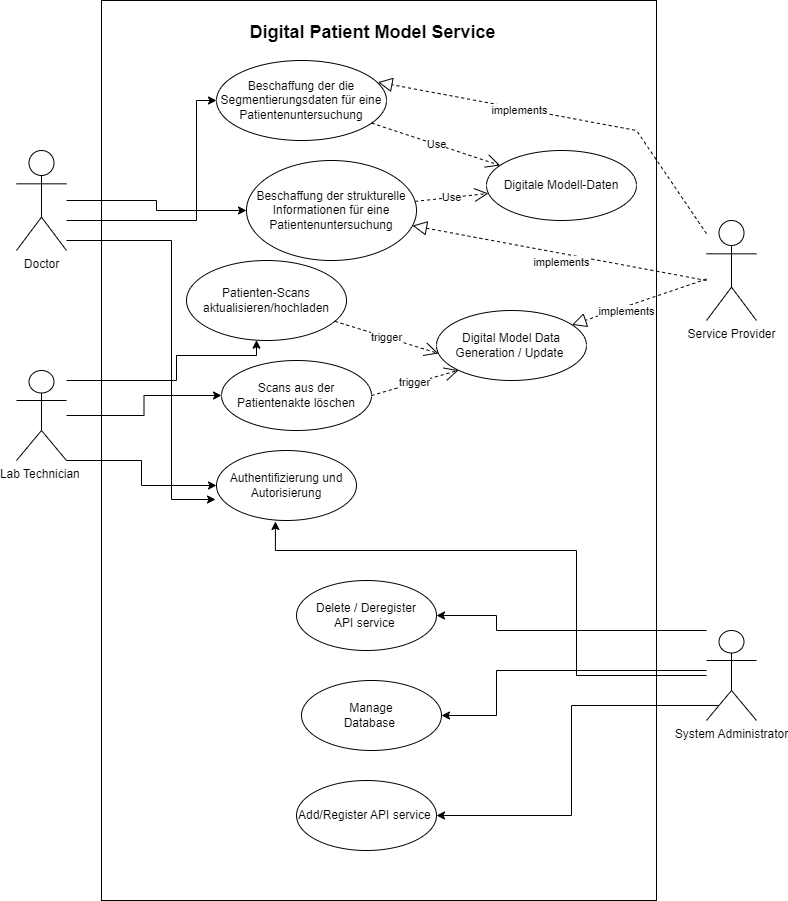
This is ArchitectureTaskDiagram/usecase-1.png from bsuman/jobrelatred, a draw.io export, as it was before one commit. Source tidied: cells renumbered, new cells last; positions are measured from the earlier drawing's top-left corner, leaving out a move shared by most shapes.
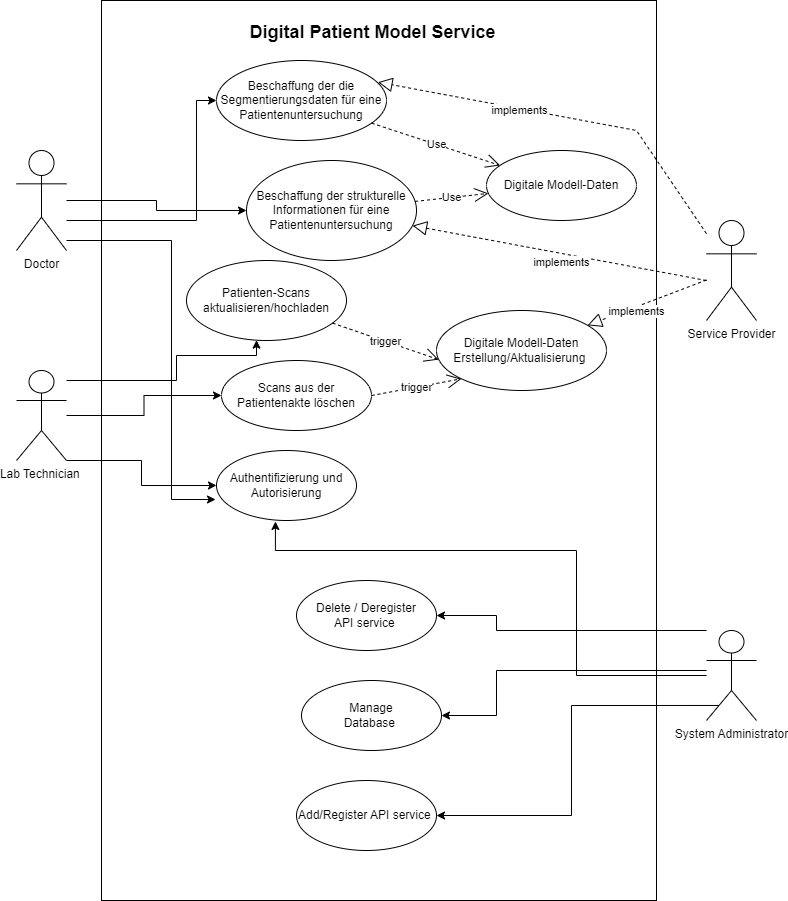
After the commit.

What changed in the source:
```diff
@@ -117,8 +117,8 @@
     <mxCell id="27" value="trigger" style="endArrow=open;endSize=12;dashed=1;html=1;rounded=0;entryX=0.013;entryY=0.614;entryDx=0;entryDy=0;entryPerimeter=0;" parent="1" edge="1" source="16" target="28">
       <mxGeometry relative="1" as="geometry" />
     </mxCell>
-    <mxCell id="28" value="Digital Model Data&lt;br&gt;Generation / Update&amp;nbsp;" style="ellipse;whiteSpace=wrap;html=1;" parent="1" vertex="1">
-      <mxGeometry x="420" y="310" width="150" height="70" as="geometry" />
+    <mxCell id="28" value="Digitale Modell-Daten Erstellung/Aktualisierung&amp;nbsp;" style="ellipse;whiteSpace=wrap;html=1;" parent="1" vertex="1">
+      <mxGeometry x="420" y="310" width="170" height="80" as="geometry" />
     </mxCell>
     <mxCell id="29" value="trigger" style="endArrow=open;endSize=12;dashed=1;html=1;rounded=0;entryX=0;entryY=1;entryDx=0;entryDy=0;exitX=1;exitY=0.5;exitDx=0;exitDy=0;" parent="1" edge="1" source="17" target="28">
       <mxGeometry relative="1" as="geometry" />
```
